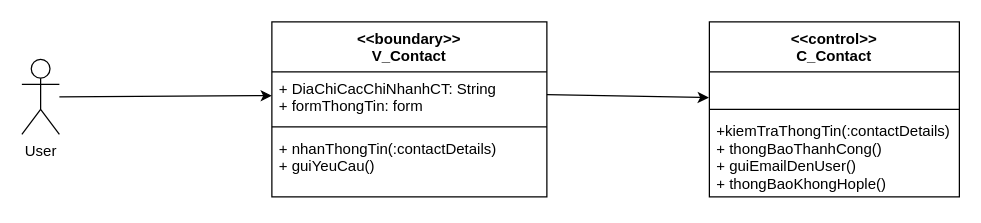
Before: Class/Duy's ClassUC/GuiYeuCauLienHeNPPClass.drawio in hoangminh15/PTTKHT, a draw.io diagram. Source tidied: cells renumbered, new cells numbered last; positions are measured from the earlier drawing's top-left corner, leaving out a move shared by most shapes. Both pictures are drawn from the tidied source at 125%, with x=0, y=0 at pixel (21, 21).
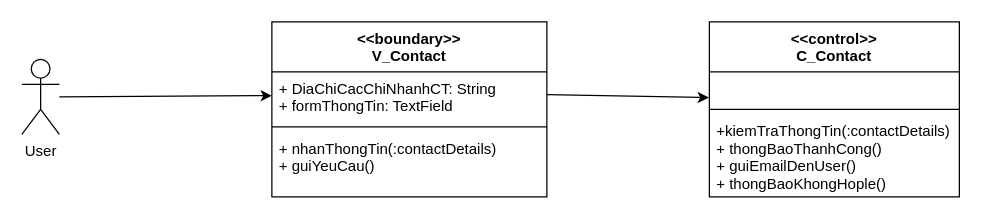
The same diagram, later.

What changed in the source:
```diff
@@
 <mxGraphModel>
   <root>
     <mxCell id="0" />
     <mxCell id="1" parent="0" />
     <mxCell id="2" value="User" style="shape=umlActor;verticalLabelPosition=bottom;verticalAlign=top;html=1;outlineConnect=0;" parent="1" vertex="1">
       <mxGeometry y="30" width="30" height="60" as="geometry" />
     </mxCell>
     <mxCell id="3" value="&lt;&lt;boundary&gt;&gt;&#10;V_Contact" style="swimlane;fontStyle=1;align=center;verticalAlign=top;horizontal=1;startSize=40;" parent="1" vertex="1">
       <mxGeometry x="200" width="220" height="140" as="geometry" />
     </mxCell>
-    <mxCell id="4" value="+ DiaChiCacChiNhanhCT: String&#10;+ formThongTin: form" style="text;strokeColor=none;fillColor=none;align=left;verticalAlign=top;spacingLeft=4;spacingRight=4;overflow=hidden;points=[[0,0.5],[1,0.5]];portConstraint=eastwest;" parent="3" vertex="1">
+    <mxCell id="4" value="+ DiaChiCacChiNhanhCT: String&#10;+ formThongTin: TextField" style="text;strokeColor=none;fillColor=none;align=left;verticalAlign=top;spacingLeft=4;spacingRight=4;overflow=hidden;points=[[0,0.5],[1,0.5]];portConstraint=eastwest;" parent="3" vertex="1">
       <mxGeometry y="40" width="220" height="40" as="geometry" />
     </mxCell>
     <mxCell id="5" style="line;strokeWidth=1;fillColor=none;align=left;verticalAlign=middle;spacingTop=-1;spacingLeft=3;spacingRight=3;labelPosition=right;" parent="3" vertex="1">
       <mxGeometry y="80" width="220" height="8" as="geometry" />
     </mxCell>
     <mxCell id="6" value="+ nhanThongTin(:contactDetails)&#10;+ guiYeuCau()" style="text;strokeColor=none;fillColor=none;align=left;verticalAlign=top;spacingLeft=4;spacingRight=4;overflow=hidden;" parent="3" vertex="1">
       <mxGeometry y="88" width="220" height="52" as="geometry" />
     </mxCell>
     <mxCell id="7" style="endArrow=classic;html=1;entryX=-0.002;entryY=0.792;entryDx=0;entryDy=0;exitX=1;exitY=0.455;exitDx=0;exitDy=0;exitPerimeter=0;entryPerimeter=0;" parent="1" edge="1" source="4" target="10">
       <mxGeometry relative="1" as="geometry" />
     </mxCell>
     <mxCell id="8" style="endArrow=classic;html=1;" parent="1" edge="1" source="2">
       <mxGeometry relative="1" as="geometry">
         <mxPoint x="200" y="59" as="targetPoint" />
       </mxGeometry>
     </mxCell>
     <mxCell id="9" value="&lt;&lt;control&gt;&gt;&#10;C_Contact" style="swimlane;fontStyle=1;align=center;verticalAlign=top;horizontal=1;startSize=40;" parent="1" vertex="1">
       <mxGeometry x="550" width="200" height="140" as="geometry" />
     </mxCell>
     <mxCell id="10" value="   " style="text;strokeColor=none;fillColor=none;align=left;verticalAlign=top;spacingLeft=4;spacingRight=4;overflow=hidden;points=[[0,0.5],[1,0.5]];portConstraint=eastwest;" parent="9" vertex="1">
       <mxGeometry y="40" width="200" height="26" as="geometry" />
     </mxCell>
     <mxCell id="11" style="line;strokeWidth=1;fillColor=none;align=left;verticalAlign=middle;spacingTop=-1;spacingLeft=3;spacingRight=3;labelPosition=right;" parent="9" vertex="1">
       <mxGeometry y="66" width="200" height="8" as="geometry" />
     </mxCell>
     <mxCell id="12" value="+kiemTraThongTin(:contactDetails)&#10;+ thongBaoThanhCong()&#10;+ guiEmailDenUser()&#10;+ thongBaoKhongHople()" style="text;strokeColor=none;fillColor=none;align=left;verticalAlign=top;spacingLeft=4;spacingRight=4;overflow=hidden;" parent="9" vertex="1">
       <mxGeometry y="74" width="200" height="66" as="geometry" />
     </mxCell>
   </root>
 </mxGraphModel>
```
